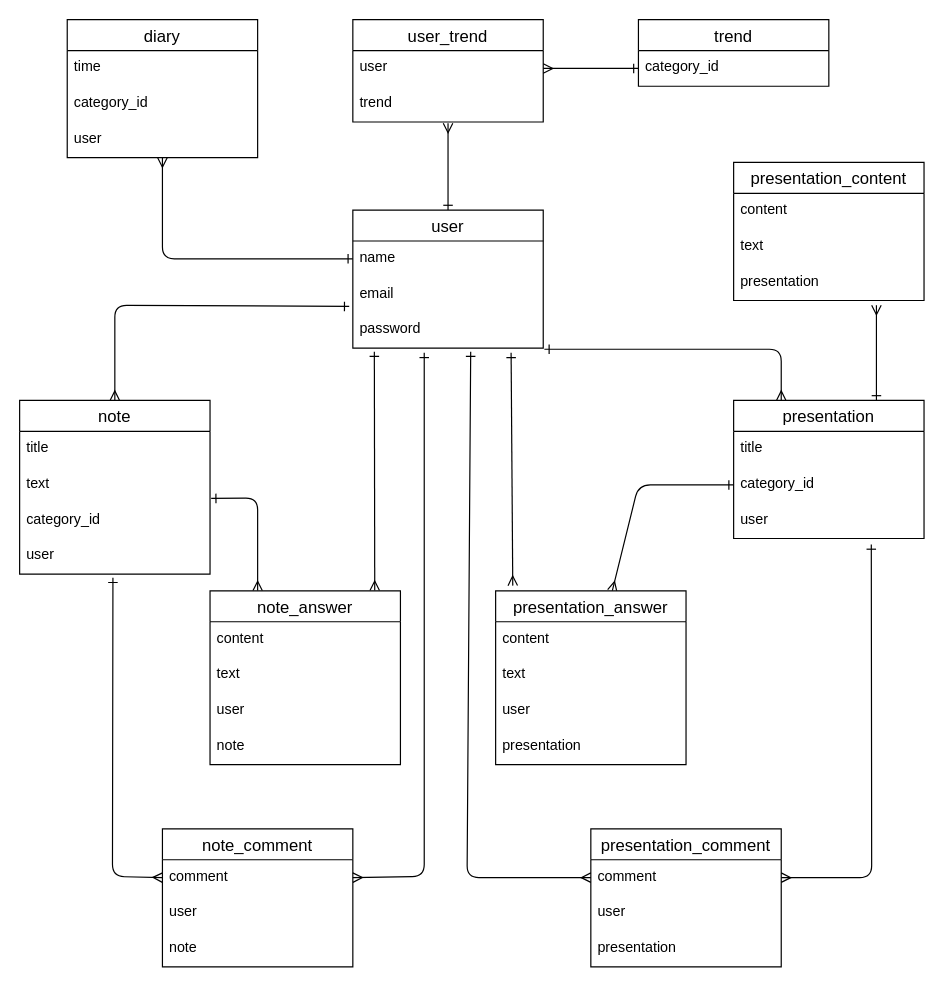
Earlier version of the draw.io diagram ER.dio (xcattleyax/outputera). Source tidied: cells renumbered, new cells numbered last; positions are measured from the earlier drawing's top-left corner, leaving out a move shared by most shapes. Both pictures are drawn from the tidied source at 119%, with x=0, y=0 at pixel (19, 19).
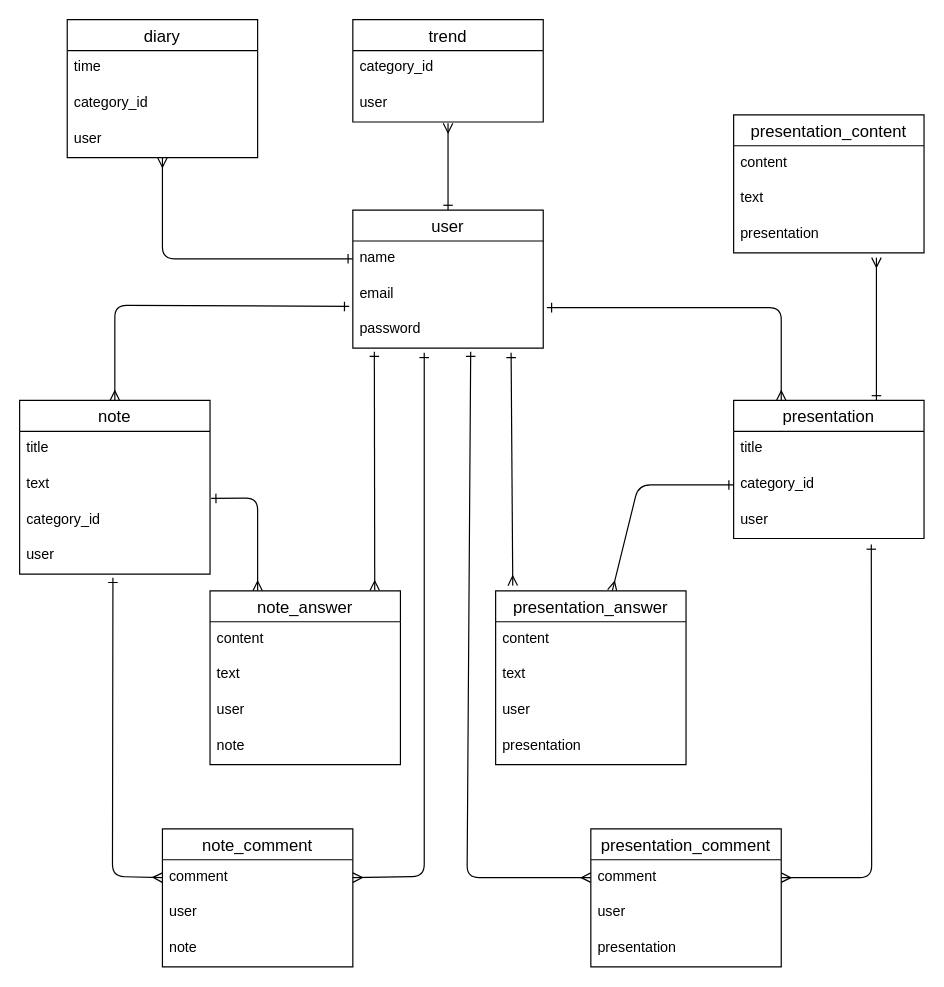
The same page after the edit.

Commit message (it also covers changes not shown here):
ER図、READMEの修正

Unchanged cells that the change refers to:
```xml
<mxCell id="5" value="password" style="text;strokeColor=none;fillColor=none;spacingLeft=4;spacingRight=4;overflow=hidden;points=[[0,0.5],[1,0.5]];portConstraint=eastwest;fontSize=12;" parent="2" vertex="1">
  <mxGeometry y="86" width="160" height="30" as="geometry" />
</mxCell>
<mxCell id="21" value="presentation" style="swimlane;fontStyle=0;horizontal=1;startSize=26;align=center;fontSize=14;" parent="1" vertex="1">
  <mxGeometry x="600" y="320" width="160" height="116" as="geometry" />
</mxCell>
```

Change to the diagram source:
```diff
@@
-    <mxCell id="6" value="trend" style="swimlane;fontStyle=0;horizontal=1;startSize=26;align=center;fontSize=14;" parent="1" vertex="1">
-      <mxGeometry x="520" width="160" height="56" as="geometry" />
-    </mxCell>
-    <mxCell id="7" value="category_id" style="text;strokeColor=none;fillColor=none;spacingLeft=4;spacingRight=4;overflow=hidden;points=[[0,0.5],[1,0.5]];portConstraint=eastwest;fontSize=12;" parent="6" vertex="1">
-      <mxGeometry y="26" width="160" height="30" as="geometry" />
-    </mxCell>
@@
-    <mxCell id="20" style="edgeStyle=none;html=1;entryX=1.006;entryY=1.033;entryDx=0;entryDy=0;entryPerimeter=0;startArrow=ERmany;startFill=0;endArrow=ERone;endFill=0;exitX=0.25;exitY=0;exitDx=0;exitDy=0;" parent="1" edge="1" source="21" target="5">
+    <mxCell id="20" style="edgeStyle=none;html=1;entryX=1.019;entryY=-0.133;entryDx=0;entryDy=0;entryPerimeter=0;startArrow=ERmany;startFill=0;endArrow=ERone;endFill=0;exitX=0.25;exitY=0;exitDx=0;exitDy=0;" parent="1" edge="1" source="21" target="5">
       <mxGeometry relative="1" as="geometry">
         <Array as="points">
-          <mxPoint x="640" y="277" />
+          <mxPoint x="640" y="242" />
         </Array>
       </mxGeometry>
     </mxCell>
@@
     <mxCell id="38" value="presentation_content" style="swimlane;fontStyle=0;horizontal=1;startSize=26;align=center;fontSize=14;" parent="1" vertex="1">
-      <mxGeometry x="600" y="120" width="160" height="116" as="geometry" />
+      <mxGeometry x="600" y="80" width="160" height="116" as="geometry" />
     </mxCell>
@@
     <mxCell id="42" style="edgeStyle=none;html=1;startArrow=ERmany;startFill=0;endArrow=ERone;endFill=0;entryX=0.75;entryY=0;entryDx=0;entryDy=0;" parent="1" edge="1" target="21">
       <mxGeometry relative="1" as="geometry">
-        <mxPoint x="720" y="240" as="sourcePoint" />
+        <mxPoint x="720" y="200" as="sourcePoint" />
       </mxGeometry>
     </mxCell>
-    <mxCell id="43" value="user_trend" style="swimlane;fontStyle=0;horizontal=1;startSize=26;align=center;fontSize=14;" parent="1" vertex="1">
+    <mxCell id="43" value="trend" style="swimlane;fontStyle=0;horizontal=1;startSize=26;align=center;fontSize=14;" parent="1" vertex="1">
       <mxGeometry x="280" width="160" height="86" as="geometry" />
     </mxCell>
-    <mxCell id="44" value="user" style="text;strokeColor=none;fillColor=none;spacingLeft=4;spacingRight=4;overflow=hidden;points=[[0,0.5],[1,0.5]];portConstraint=eastwest;fontSize=12;" parent="43" vertex="1">
+    <mxCell id="44" value="category_id" style="text;strokeColor=none;fillColor=none;spacingLeft=4;spacingRight=4;overflow=hidden;points=[[0,0.5],[1,0.5]];portConstraint=eastwest;fontSize=12;" parent="43" vertex="1">
       <mxGeometry y="26" width="160" height="30" as="geometry" />
     </mxCell>
-    <mxCell id="45" value="trend" style="text;strokeColor=none;fillColor=none;spacingLeft=4;spacingRight=4;overflow=hidden;points=[[0,0.5],[1,0.5]];portConstraint=eastwest;fontSize=12;" parent="43" vertex="1">
+    <mxCell id="45" value="user" style="text;strokeColor=none;fillColor=none;spacingLeft=4;spacingRight=4;overflow=hidden;points=[[0,0.5],[1,0.5]];portConstraint=eastwest;fontSize=12;" parent="43" vertex="1">
       <mxGeometry y="56" width="160" height="30" as="geometry" />
     </mxCell>
-    <mxCell id="46" style="edgeStyle=none;html=1;entryX=0;entryY=0.5;entryDx=0;entryDy=0;startArrow=ERmany;startFill=0;endArrow=ERone;endFill=0;" parent="1" edge="1" source="44" target="7">
-      <mxGeometry relative="1" as="geometry" />
-    </mxCell>
```
